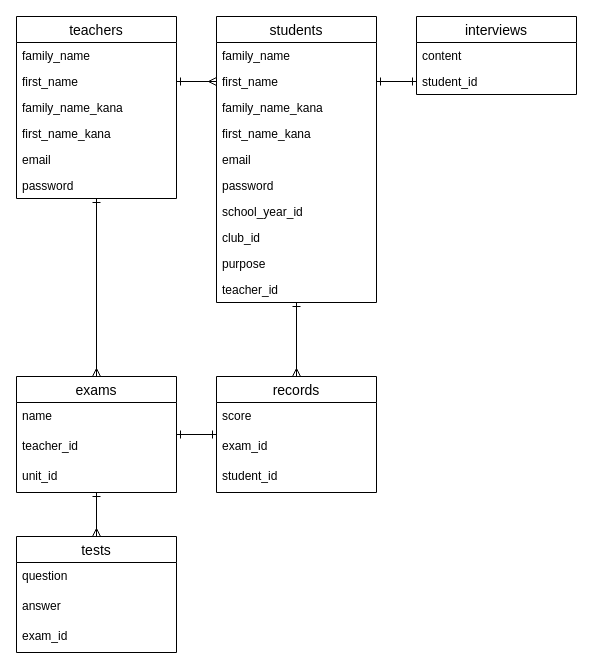
Earlier version of the draw.io diagram ERD.dio (fukushima-group/online_kyouzai). Source tidied: cells renumbered, new cells numbered last; positions are measured from the earlier drawing's top-left corner, leaving out a move shared by most shapes. Both pictures are drawn from the tidied source at 100%, with x=0, y=0 at pixel (16, 16).
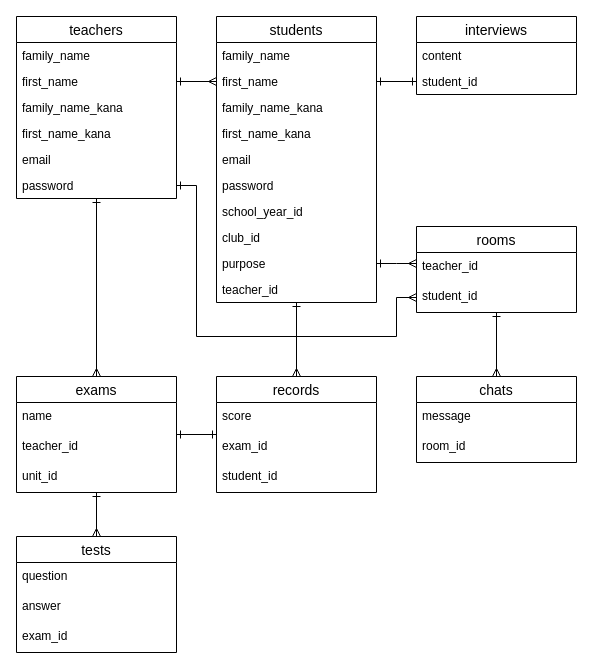
The same diagram, later.

Unchanged cells that the change refers to:
```xml
<mxCell id="9" value="password" style="text;strokeColor=none;fillColor=none;spacingLeft=4;spacingRight=4;overflow=hidden;points=[[0,0.5],[1,0.5]];portConstraint=eastwest;fontSize=12;" parent="3" vertex="1">
  <mxGeometry y="156" width="160" height="26" as="geometry" />
</mxCell>
<mxCell id="20" value="purpose" style="text;strokeColor=none;fillColor=none;spacingLeft=4;spacingRight=4;overflow=hidden;points=[[0,0.5],[1,0.5]];portConstraint=eastwest;fontSize=12;" parent="11" vertex="1">
  <mxGeometry y="234" width="160" height="26" as="geometry" />
</mxCell>
```

Change to the diagram source:
```diff
@@
+    <mxCell id="41" value="chats" style="swimlane;fontStyle=0;horizontal=1;startSize=26;align=center;fontSize=14;" parent="1" vertex="1">
+      <mxGeometry x="400" y="360" width="160" height="86" as="geometry" />
+    </mxCell>
+    <mxCell id="42" value="message" style="text;strokeColor=none;fillColor=none;spacingLeft=4;spacingRight=4;overflow=hidden;fontSize=12;" parent="41" vertex="1">
+      <mxGeometry y="26" width="160" height="30" as="geometry" />
+    </mxCell>
+    <mxCell id="43" value="room_id" style="text;strokeColor=none;fillColor=none;spacingLeft=4;spacingRight=4;overflow=hidden;fontSize=12;" parent="41" vertex="1">
+      <mxGeometry y="56" width="160" height="30" as="geometry" />
+    </mxCell>
+    <mxCell id="44" style="edgeStyle=orthogonalEdgeStyle;rounded=0;jettySize=auto;html=1;entryX=0;entryY=0.5;entryDx=0;entryDy=0;endArrow=ERmany;endFill=0;startArrow=ERone;startFill=0;" parent="1" edge="1" source="9" target="48">
+      <mxGeometry relative="1" as="geometry">
+        <Array as="points">
+          <mxPoint x="180" y="169" />
+          <mxPoint x="180" y="320" />
+          <mxPoint x="380" y="320" />
+          <mxPoint x="380" y="281" />
+        </Array>
+      </mxGeometry>
+    </mxCell>
+    <mxCell id="45" style="edgeStyle=orthogonalEdgeStyle;rounded=0;jettySize=auto;html=1;entryX=0.5;entryY=0;entryDx=0;entryDy=0;startArrow=ERone;startFill=0;endArrow=ERmany;endFill=0;" parent="1" edge="1" source="46" target="41">
+      <mxGeometry relative="1" as="geometry" />
+    </mxCell>
+    <mxCell id="46" value="rooms" style="swimlane;fontStyle=0;horizontal=1;startSize=26;align=center;fontSize=14;" parent="1" vertex="1">
+      <mxGeometry x="400" y="210" width="160" height="86" as="geometry" />
+    </mxCell>
+    <mxCell id="47" value="teacher_id" style="text;strokeColor=none;fillColor=none;spacingLeft=4;spacingRight=4;overflow=hidden;fontSize=12;" parent="46" vertex="1">
+      <mxGeometry y="26" width="160" height="30" as="geometry" />
+    </mxCell>
+    <mxCell id="48" value="student_id" style="text;strokeColor=none;fillColor=none;spacingLeft=4;spacingRight=4;overflow=hidden;points=[[0,0.5],[1,0.5]];portConstraint=eastwest;fontSize=12;" parent="46" vertex="1">
+      <mxGeometry y="56" width="160" height="30" as="geometry" />
+    </mxCell>
+    <mxCell id="49" style="edgeStyle=orthogonalEdgeStyle;rounded=0;jettySize=auto;html=1;endArrow=ERmany;endFill=0;startArrow=ERone;startFill=0;" parent="1" edge="1" source="20">
+      <mxGeometry relative="1" as="geometry">
+        <mxPoint x="400" y="247" as="targetPoint" />
+      </mxGeometry>
+    </mxCell>
```
